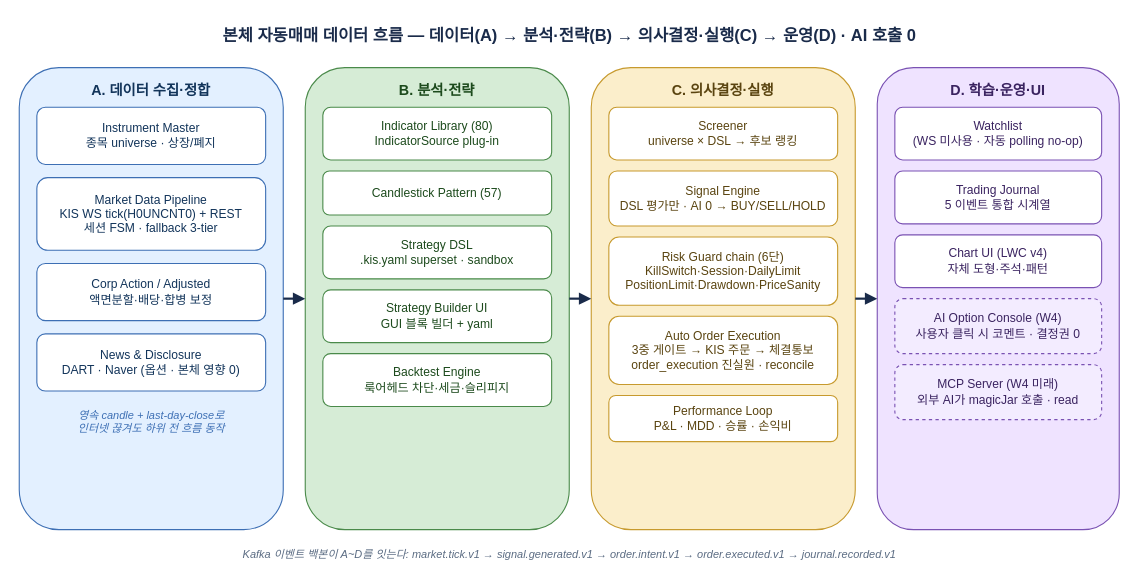
The draw.io diagram docs/architecture/diagrams/onboarding-data-flow.drawio in sp-daewoon/magicJar, before the edit. Source tidied: cells renumbered, new cells numbered last; positions are measured from the earlier drawing's top-left corner, leaving out a move shared by most shapes. Both pictures are drawn from the tidied source at 110%, with x=0, y=0 at pixel (19, 19).
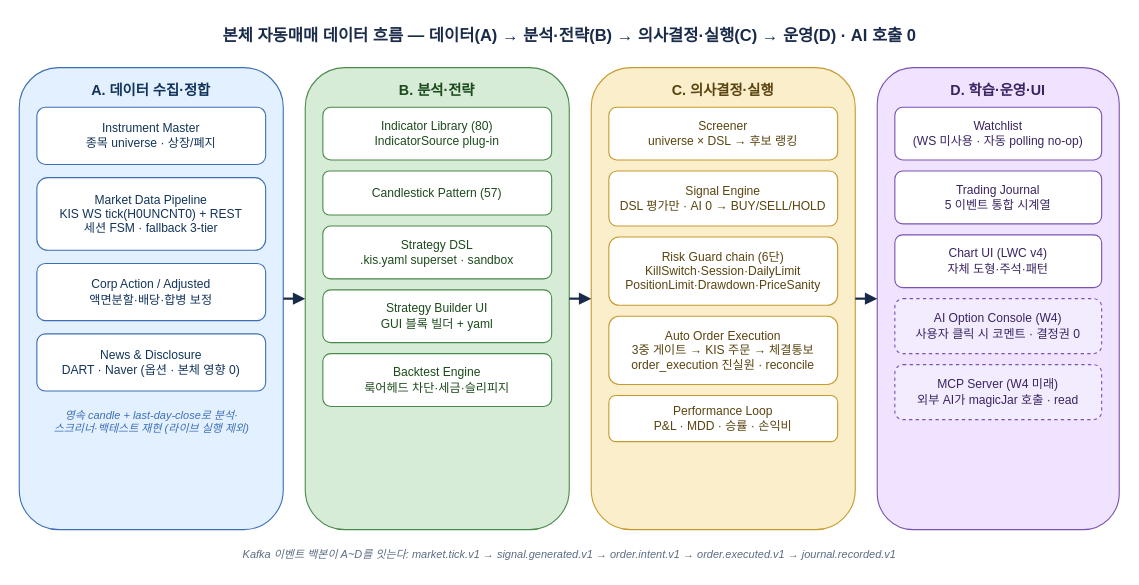
The same page after the edit.

Commit message:
docs(architecture): bound offline scope in drawio source

Change to the diagram source:
```diff
@@
-    <mxCell id="8" value="영속 candle + last-day-close로&#10;인터넷 끊겨도 하위 전 흐름 동작" style="text;html=1;fontSize=10;fontStyle=2;align=center;fillColor=none;fontColor=#3d6fb4;" parent="1" vertex="1">
+    <mxCell id="8" value="영속 candle + last-day-close로 분석·&#10;스크리너·백테스트 재현 (라이브 실행 제외)" style="text;html=1;fontSize=10;fontStyle=2;align=center;fillColor=none;fontColor=#3d6fb4;" parent="1" vertex="1">
       <mxGeometry x="16" y="348" width="208" height="40" as="geometry" />
     </mxCell>
```
